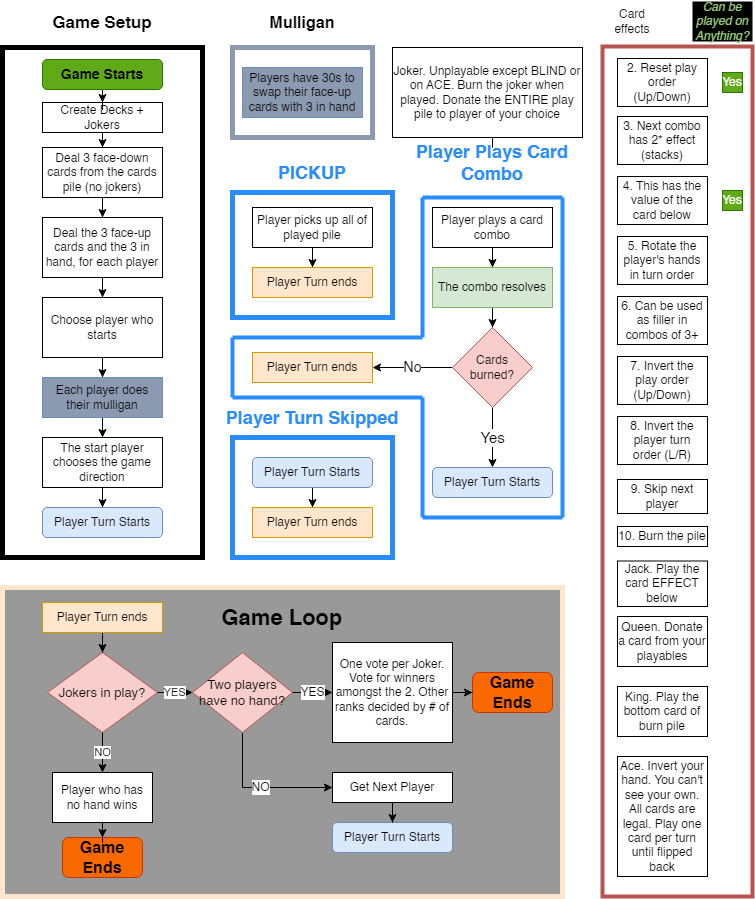
Earlier version of the draw.io export GameFlowChart.png (MikeMNelhams/Karma). Source tidied: cells renumbered, new cells last; positions are measured from the earlier drawing's top-left corner, leaving out a move shared by most shapes.
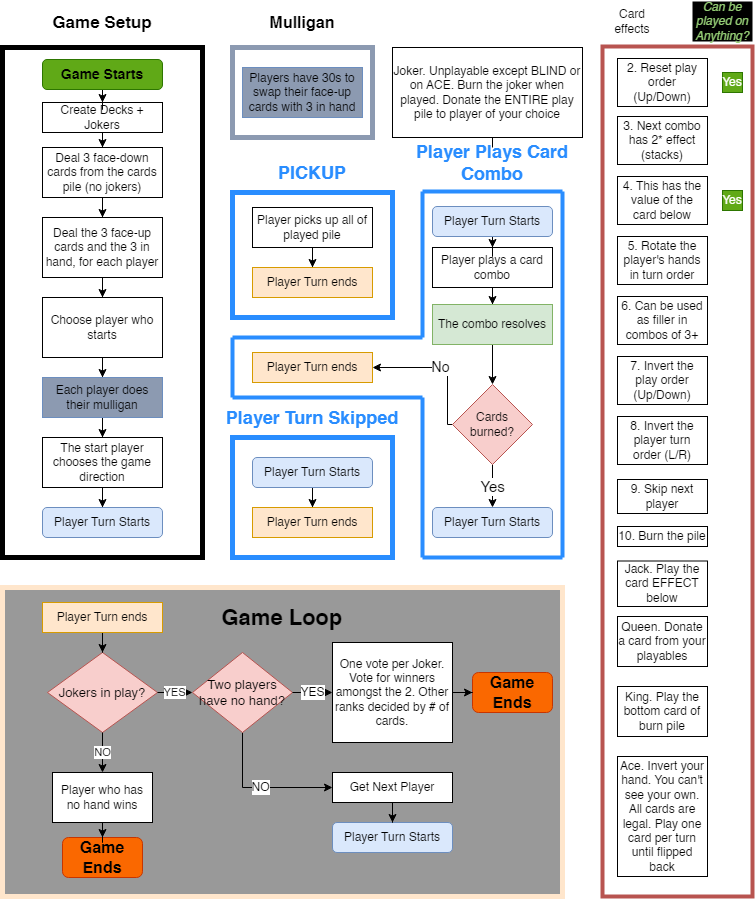
The same diagram one commit later.

What changed in the source:
```diff
@@ -78,22 +78,26 @@
       <mxGeometry relative="1" as="geometry" />
     </mxCell>
     <mxCell id="27" value="Player plays a card combo" style="rounded=0;whiteSpace=wrap;html=1;" parent="1" vertex="1">
-      <mxGeometry x="430" y="206" width="120" height="40" as="geometry" />
+      <mxGeometry x="430" y="246" width="120" height="40" as="geometry" />
     </mxCell>
     <mxCell id="28" style="edgeStyle=orthogonalEdgeStyle;rounded=0;jettySize=auto;html=1;" parent="1" edge="1" source="29" target="32">
       <mxGeometry relative="1" as="geometry" />
     </mxCell>
     <mxCell id="29" value="The combo resolves" style="rounded=0;whiteSpace=wrap;html=1;fillColor=#d5e8d4;strokeColor=#82b366;" parent="1" vertex="1">
-      <mxGeometry x="430" y="266" width="120" height="40" as="geometry" />
+      <mxGeometry x="430" y="303" width="120" height="40" as="geometry" />
     </mxCell>
     <mxCell id="30" value="No" style="edgeStyle=orthogonalEdgeStyle;rounded=0;jettySize=auto;html=1;exitX=0;exitY=0.5;exitDx=0;exitDy=0;entryX=1;entryY=0.5;entryDx=0;entryDy=0;fontSize=14;" parent="1" edge="1" source="32" target="33">
-      <mxGeometry relative="1" as="geometry" />
+      <mxGeometry relative="1" as="geometry">
+        <Array as="points">
+          <mxPoint x="445" y="366" />
+        </Array>
+      </mxGeometry>
     </mxCell>
     <mxCell id="31" value="Yes" style="edgeStyle=orthogonalEdgeStyle;rounded=0;jettySize=auto;html=1;entryX=0.5;entryY=0;entryDx=0;entryDy=0;fontSize=15;" parent="1" edge="1" source="32" target="35">
       <mxGeometry relative="1" as="geometry" />
     </mxCell>
     <mxCell id="32" value="Cards burned?" style="rhombus;whiteSpace=wrap;html=1;fillColor=#f8cecc;strokeColor=#b85450;" parent="1" vertex="1">
-      <mxGeometry x="450" y="326" width="80" height="80" as="geometry" />
+      <mxGeometry x="450" y="383" width="80" height="80" as="geometry" />
     </mxCell>
     <mxCell id="33" value="Player Turn ends" style="rounded=0;whiteSpace=wrap;html=1;fillColor=#ffe6cc;strokeColor=#d79b00;" parent="1" vertex="1">
       <mxGeometry x="250" y="351" width="120" height="30" as="geometry" />
@@ -102,7 +106,7 @@
       <mxGeometry x="40" y="506" width="120" height="30" as="geometry" />
     </mxCell>
     <mxCell id="35" value="Player Turn Starts" style="rounded=1;whiteSpace=wrap;html=1;fillColor=#dae8fc;strokeColor=#6c8ebf;" parent="1" vertex="1">
-      <mxGeometry x="430" y="466" width="120" height="30" as="geometry" />
+      <mxGeometry x="430" y="506" width="120" height="30" as="geometry" />
     </mxCell>
     <mxCell id="36" style="edgeStyle=orthogonalEdgeStyle;rounded=0;jettySize=auto;html=1;" parent="1" edge="1" source="37" target="89">
       <mxGeometry relative="1" as="geometry" />
@@ -112,25 +116,25 @@
     </mxCell>
     <mxCell id="38" style="endArrow=none;html=1;rounded=0;strokeWidth=4;fillColor=#dae8fc;strokeColor=#298DFF;" parent="1" edge="1">
       <mxGeometry relative="1" as="geometry">
-        <mxPoint x="420" y="196" as="sourcePoint" />
-        <mxPoint x="560" y="196" as="targetPoint" />
+        <mxPoint x="420" y="190" as="sourcePoint" />
+        <mxPoint x="560" y="190" as="targetPoint" />
       </mxGeometry>
     </mxCell>
     <mxCell id="39" style="endArrow=none;html=1;rounded=0;strokeWidth=4;fillColor=#dae8fc;strokeColor=#298DFF;" parent="1" edge="1">
       <mxGeometry relative="1" as="geometry">
-        <mxPoint x="560" y="196" as="sourcePoint" />
-        <mxPoint x="560" y="516" as="targetPoint" />
+        <mxPoint x="560" y="190" as="sourcePoint" />
+        <mxPoint x="560" y="556" as="targetPoint" />
       </mxGeometry>
     </mxCell>
     <mxCell id="40" style="endArrow=none;html=1;rounded=0;strokeWidth=4;fillColor=#dae8fc;strokeColor=#298DFF;" parent="1" edge="1">
       <mxGeometry relative="1" as="geometry">
-        <mxPoint x="420" y="516" as="sourcePoint" />
-        <mxPoint x="560" y="516" as="targetPoint" />
+        <mxPoint x="420" y="556" as="sourcePoint" />
+        <mxPoint x="560" y="556" as="targetPoint" />
       </mxGeometry>
     </mxCell>
     <mxCell id="41" style="endArrow=none;html=1;rounded=0;strokeWidth=4;fillColor=#dae8fc;strokeColor=#298DFF;snapToPoint=0;" parent="1" edge="1">
       <mxGeometry relative="1" as="geometry">
-        <mxPoint x="420" y="196" as="sourcePoint" />
+        <mxPoint x="420" y="190" as="sourcePoint" />
         <mxPoint x="420" y="336" as="targetPoint" />
       </mxGeometry>
     </mxCell>
@@ -155,7 +159,7 @@
     <mxCell id="45" style="endArrow=none;html=1;rounded=0;strokeWidth=4;fillColor=#dae8fc;strokeColor=#298DFF;" parent="1" edge="1">
       <mxGeometry relative="1" as="geometry">
         <mxPoint x="420" y="396" as="sourcePoint" />
-        <mxPoint x="420" y="516" as="targetPoint" />
+        <mxPoint x="420" y="556" as="targetPoint" />
       </mxGeometry>
     </mxCell>
     <mxCell id="46" value="Players have 30s to swap their face-up cards with 3 in hand" style="rounded=0;whiteSpace=wrap;html=1;fillColor=#8c9ab1;strokeColor=#6c8ebf;" parent="1" vertex="1">
@@ -290,5 +294,11 @@
     <mxCell id="89" value="Joker. Unplayable except BLIND or on ACE. Burn the joker when played. Donate the ENTIRE play pile to player of your choice" style="rounded=0;whiteSpace=wrap;html=1;" parent="1" vertex="1">
       <mxGeometry x="390" y="46" width="190" height="90" as="geometry" />
     </mxCell>
+    <mxCell id="90" style="edgeStyle=orthogonalEdgeStyle;rounded=0;jettySize=auto;html=1;entryX=0.5;entryY=0;entryDx=0;entryDy=0;" parent="1" edge="1" source="91" target="27">
+      <mxGeometry relative="1" as="geometry" />
+    </mxCell>
+    <mxCell id="91" value="Player Turn Starts" style="rounded=1;whiteSpace=wrap;html=1;fillColor=#dae8fc;strokeColor=#6c8ebf;" parent="1" vertex="1">
+      <mxGeometry x="430" y="205" width="120" height="30" as="geometry" />
+    </mxCell>
   </root>
 </mxGraphModel>
```
